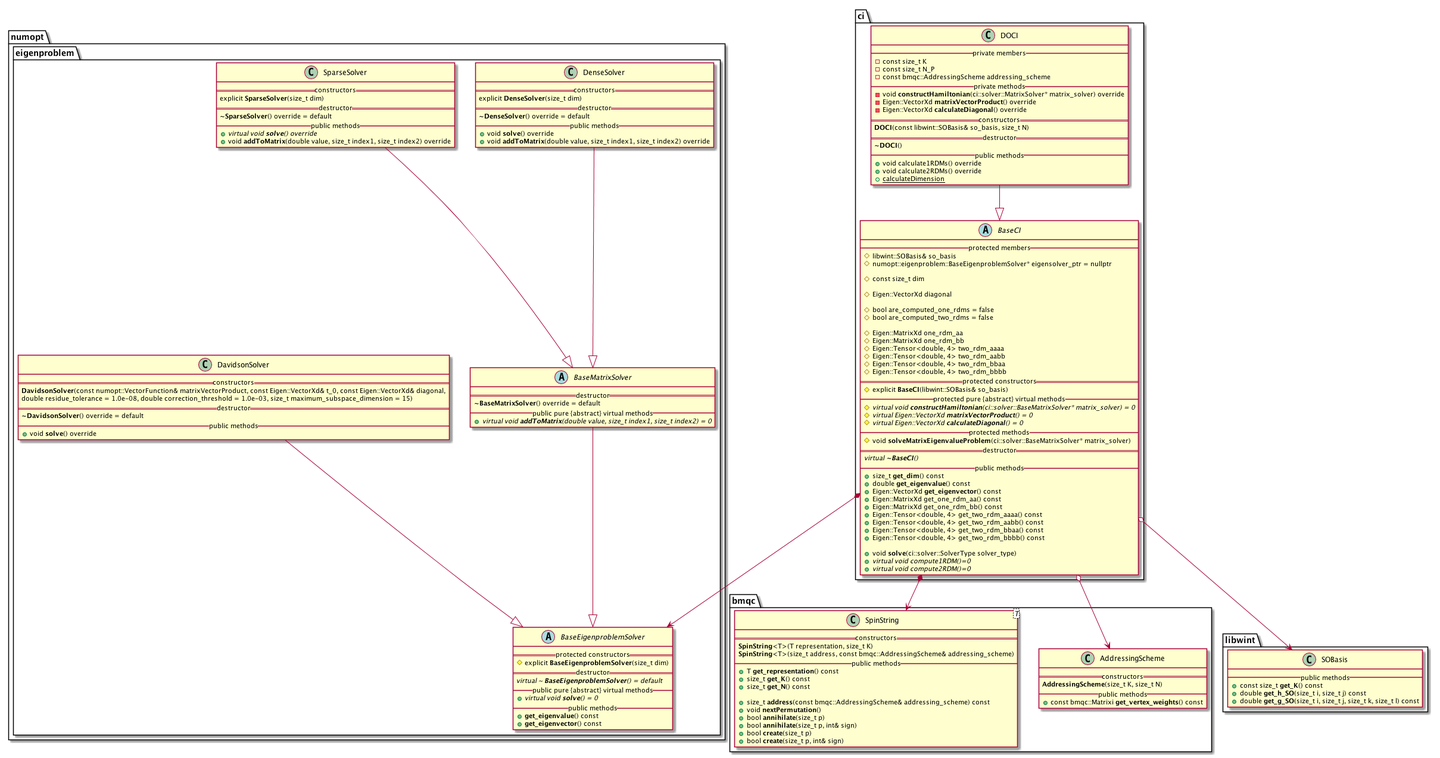
This is docs/ci_UML_diagram.png from tmhuysen/ci, a PlantUML export, as it was before one commit.
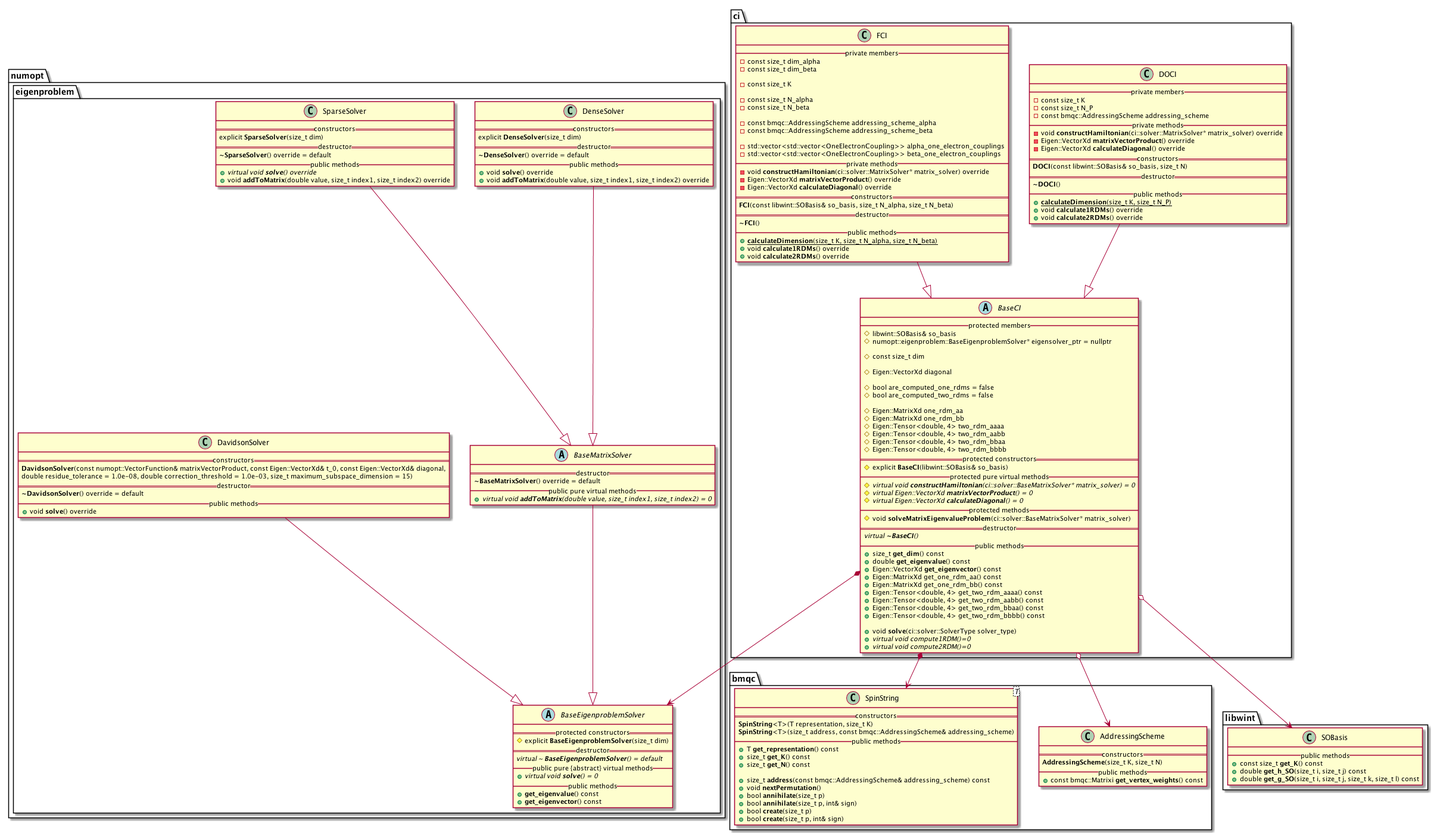
The same file after the commit.

Commit message:
Update UML diagram.

Diff of the diagram source:
```diff
@@ -23,7 +23,7 @@
         abstract class BaseMatrixSolver {
             == destructor ==
                 **~BaseMatrixSolver**() override = default
-            __ public pure {abstract} virtual methods __
+            __ public pure virtual methods __
                 + {abstract} virtual void **addToMatrix**(double value, size_t index1, size_t index2) = 0
         }
 
@@ -128,18 +128,18 @@
 
             # Eigen::VectorXd diagonal
 
-            #bool are_computed_one_rdms = false
-            #bool are_computed_two_rdms = false
+            # bool are_computed_one_rdms = false
+            # bool are_computed_two_rdms = false
 
-            #Eigen::MatrixXd one_rdm_aa
-            #Eigen::MatrixXd one_rdm_bb
-            #Eigen::Tensor<double, 4> two_rdm_aaaa
-            #Eigen::Tensor<double, 4> two_rdm_aabb
-            #Eigen::Tensor<double, 4> two_rdm_bbaa
-            #Eigen::Tensor<double, 4> two_rdm_bbbb
+            # Eigen::MatrixXd one_rdm_aa
+            # Eigen::MatrixXd one_rdm_bb
+            # Eigen::Tensor<double, 4> two_rdm_aaaa
+            # Eigen::Tensor<double, 4> two_rdm_aabb
+            # Eigen::Tensor<double, 4> two_rdm_bbaa
+            # Eigen::Tensor<double, 4> two_rdm_bbbb
         == protected constructors ==
             # explicit **BaseCI**(libwint::SOBasis& so_basis)
-        __ protected pure {abstract} virtual methods __
+        __ protected pure virtual methods __
             # {abstract} virtual void **constructHamiltonian**(ci::solver::BaseMatrixSolver* matrix_solver) = 0
             # {abstract} virtual Eigen::VectorXd **matrixVectorProduct**() = 0
             # {abstract} virtual Eigen::VectorXd **calculateDiagonal**() = 0
@@ -183,12 +183,40 @@
         == destructor ==
             **~DOCI**()
         __ public methods __
-            + void calculate1RDMs() override
-            + void calculate2RDMs() override
-            + {static} calculateDimension
+            + {static} **calculateDimension**(size_t K, size_t N_P)
+            + void **calculate1RDMs**() override
+            + void **calculate2RDMs**() override
     }
 
+    ci.FCI --|> ci.BaseCI
+    class FCI {
+        __ private members __
+            - const size_t dim_alpha
+            - const size_t dim_beta
 
+            - const size_t K
+
+            - const size_t N_alpha
+            - const size_t N_beta
+
+            - const bmqc::AddressingScheme addressing_scheme_alpha
+            - const bmqc::AddressingScheme addressing_scheme_beta
+
+            - std::vector<std::vector<OneElectronCoupling>> alpha_one_electron_couplings
+            - std::vector<std::vector<OneElectronCoupling>> beta_one_electron_couplings
+        __ private methods __
+            - void **constructHamiltonian**(ci::solver::MatrixSolver* matrix_solver) override
+            - Eigen::VectorXd **matrixVectorProduct**() override
+            - Eigen::VectorXd **calculateDiagonal**() override
+        == constructors ==
+            **FCI**(const libwint::SOBasis& so_basis, size_t N_alpha, size_t N_beta)
+        == destructor ==
+            **~FCI**()
+        __ public methods __
+            + {static} **calculateDimension**(size_t K, size_t N_alpha, size_t N_beta)
+            + void **calculate1RDMs**() override
+            + void **calculate2RDMs**() override
+    }
 }
 
 
```
